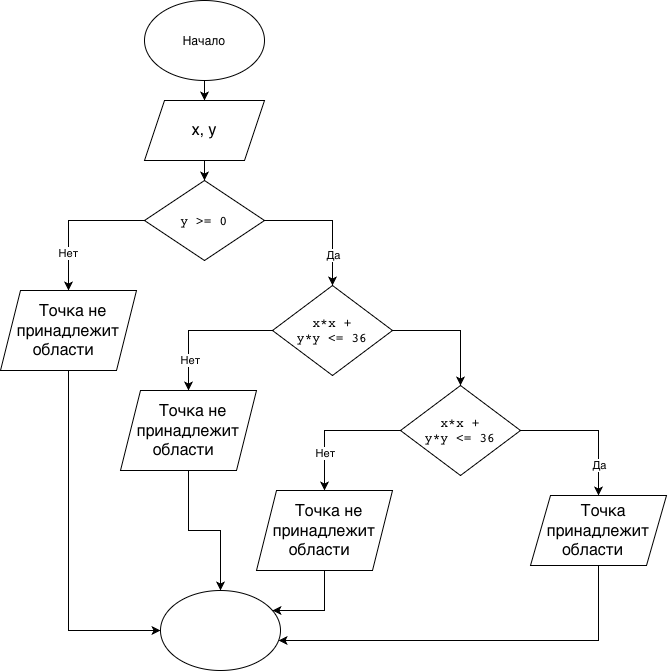
Above: schema.png in gwadsfwascawfwga/lab6-2 (draw.io), before the change. Source tidied: cells renumbered, new cells last; positions are measured from the earlier drawing's top-left corner, leaving out a move shared by most shapes.
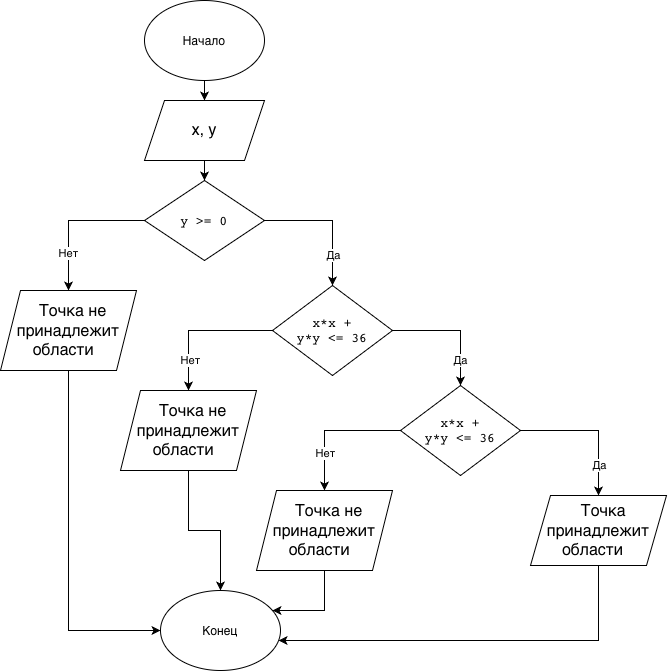
After the change.

Diff of the diagram source:
```diff
@@ -42,6 +42,11 @@
     <mxCell id="13" style="edgeStyle=orthogonalEdgeStyle;rounded=0;jettySize=auto;html=1;" parent="1" edge="1" source="14" target="21">
       <mxGeometry relative="1" as="geometry" />
     </mxCell>
+    <mxCell id="29" value="Да" style="edgeLabel;html=1;align=center;verticalAlign=middle;" parent="13" vertex="1">
+      <mxGeometry x="0.43" y="-1" relative="1" as="geometry">
+        <mxPoint y="9" as="offset" />
+      </mxGeometry>
+    </mxCell>
     <mxCell id="14" value="&lt;code style=&quot;font-size: medium; text-align: start; caret-color: rgb(0, 0, 0); color: rgb(0, 0, 0);&quot;&gt;x*x + y*y &amp;lt;= 36&lt;/code&gt;" style="rhombus;whiteSpace=wrap;html=1;shapeInside=1;" parent="1" vertex="1">
       <mxGeometry x="272" y="285" width="120" height="90" as="geometry" />
     </mxCell>
@@ -98,7 +103,7 @@
     <mxCell id="27" value="&lt;span style=&quot;font-size: medium; text-align: start; caret-color: rgb(0, 0, 0); color: rgb(0, 0, 0);&quot;&gt;Точка не принадлежит области&lt;/span&gt;&lt;div&gt;&lt;br/&gt;&lt;/div&gt;" style="shape=parallelogram;perimeter=parallelogramPerimeter;whiteSpace=wrap;html=1;shapeInside=1;fixedSize=1;" parent="1" vertex="1">
       <mxGeometry x="256" y="490" width="136" height="80" as="geometry" />
     </mxCell>
-    <mxCell id="28" style="ellipse;whiteSpace=wrap;html=1;shapeInside=1;" parent="1" vertex="1">
+    <mxCell id="28" value="Конец" style="ellipse;whiteSpace=wrap;html=1;shapeInside=1;" parent="1" vertex="1">
       <mxGeometry x="160" y="590" width="120" height="80" as="geometry" />
     </mxCell>
   </root>
```
